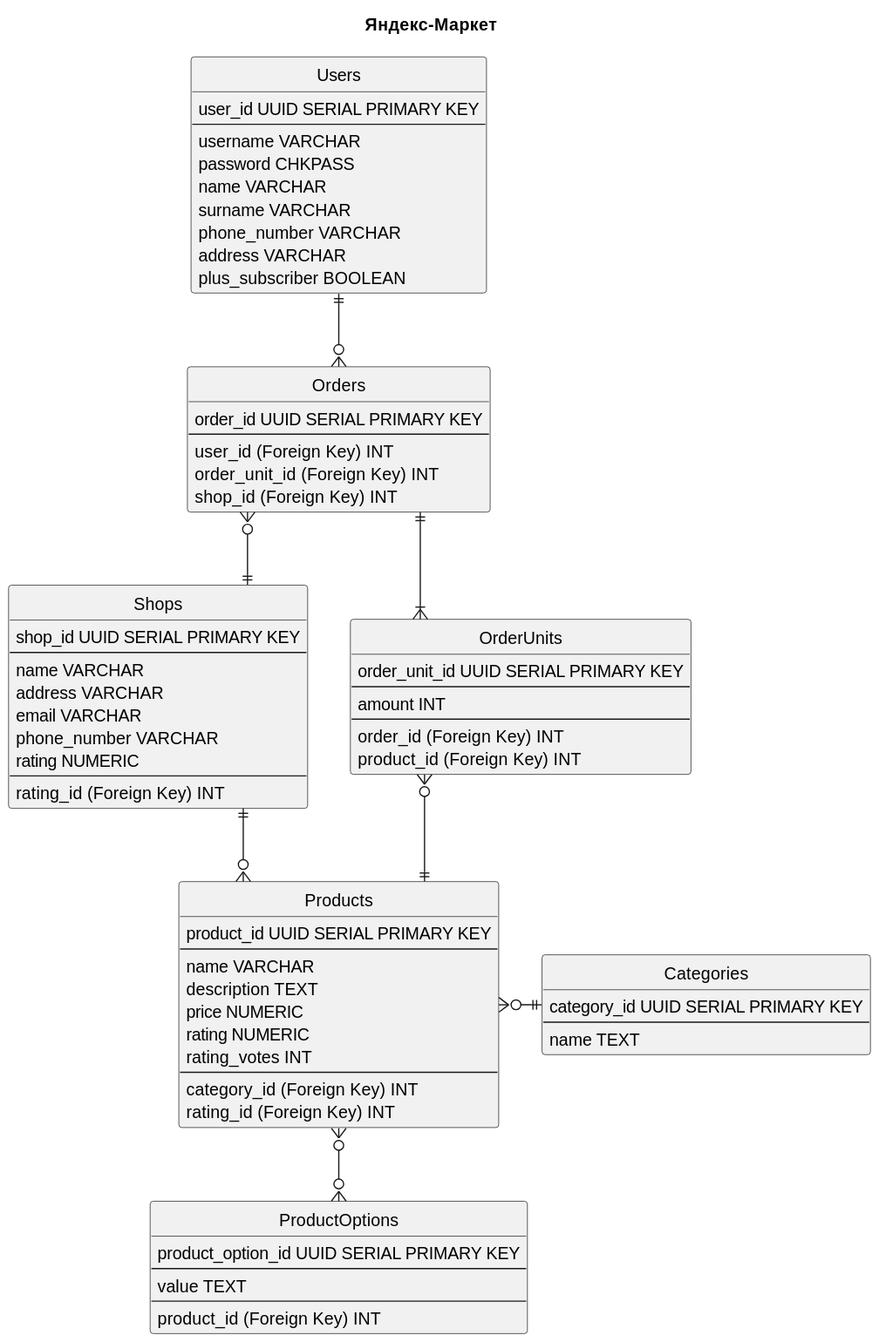
Before: images/Lab-1.svg, a diagram exported from PlantUML (Telecaster525/DB-Design-ITMO).
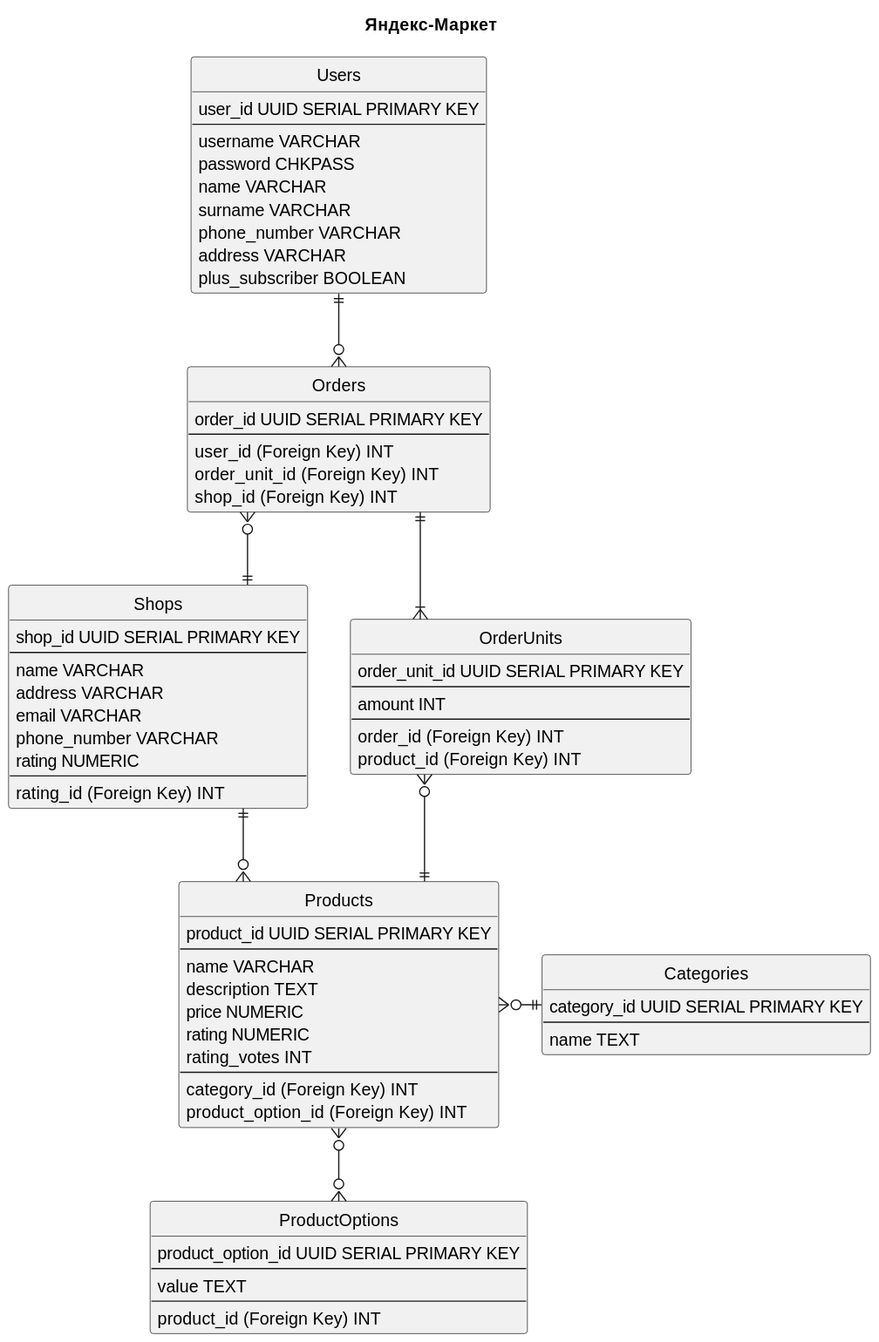
After the commit.

Change to the diagram source:
```diff
@@ -55,7 +55,7 @@
     rating_votes INT
     --
     category_id (Foreign Key) INT
-    rating_id (Foreign Key) INT
+    product_option_id (Foreign Key) INT
 }
 
 entity Categories {
```
